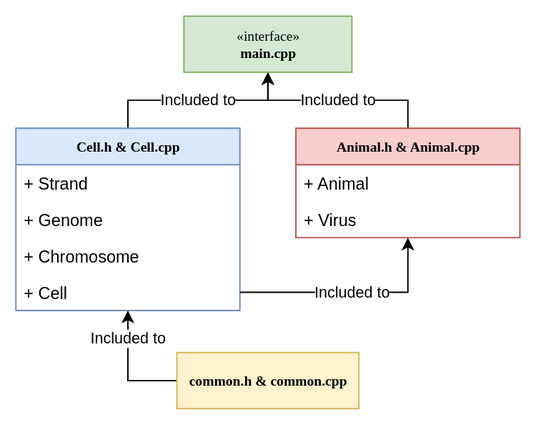
Above: schema/programs.drawio.svg in k-forghani/class-of-life (draw.io), before the change. Source tidied: cells renumbered, new cells last; positions are measured from the earlier drawing's top-left corner, leaving out a move shared by most shapes.
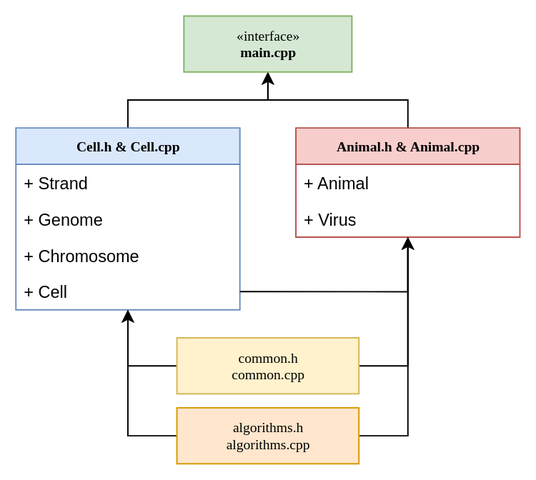
After the change.

Commit message:
Updated programs schema

The edit, as a diff of the source:
```diff
@@ -2,11 +2,11 @@
   <root>
     <mxCell id="0" />
     <mxCell id="1" parent="0" />
-    <mxCell id="2" value="Included to" style="edgeStyle=orthogonalEdgeStyle;rounded=0;jettySize=auto;html=1;entryX=0.5;entryY=1;entryDx=0;entryDy=0;exitX=0.5;exitY=0;exitDx=0;exitDy=0;" parent="1" edge="1" source="5" target="4">
+    <mxCell id="2" style="edgeStyle=orthogonalEdgeStyle;rounded=0;jettySize=auto;html=1;entryX=0.5;entryY=1;entryDx=0;entryDy=0;exitX=0.5;exitY=0;exitDx=0;exitDy=0;jumpStyle=none;" parent="1" edge="1" source="5" target="4">
       <mxGeometry relative="1" as="geometry" />
     </mxCell>
-    <mxCell id="3" value="Included to" style="edgeStyle=orthogonalEdgeStyle;rounded=0;jettySize=auto;html=1;entryX=0.5;entryY=1;entryDx=0;entryDy=0;exitX=0.5;exitY=0;exitDx=0;exitDy=0;" parent="1" edge="1" source="10" target="4">
-      <mxGeometry relative="1" as="geometry" />
+    <mxCell id="3" style="edgeStyle=orthogonalEdgeStyle;rounded=0;jettySize=auto;html=1;entryX=0.5;entryY=1;entryDx=0;entryDy=0;exitX=0.5;exitY=0;exitDx=0;exitDy=0;jumpStyle=none;" parent="1" edge="1" source="10" target="4">
+      <mxGeometry x="-0.29" relative="1" as="geometry" />
     </mxCell>
     <mxCell id="4" value="«interface»&lt;br&gt;&lt;b&gt;main.cpp&lt;/b&gt;" style="html=1;rounded=0;shadow=0;comic=0;labelBackgroundColor=none;strokeWidth=1;fontFamily=Verdana;fontSize=10;align=center;fillColor=#d5e8d4;strokeColor=#82b366;" parent="1" vertex="1">
       <mxGeometry x="120" width="120" height="40" as="geometry" />
@@ -35,14 +35,26 @@
     <mxCell id="12" value="+ Virus" style="text;html=1;strokeColor=none;fillColor=none;align=left;verticalAlign=top;spacingLeft=4;spacingRight=4;whiteSpace=wrap;overflow=hidden;" parent="10" vertex="1">
       <mxGeometry y="52" width="160" height="26" as="geometry" />
     </mxCell>
-    <mxCell id="13" value="Included to" style="edgeStyle=orthogonalEdgeStyle;rounded=0;jettySize=auto;html=1;entryX=0.5;entryY=1;entryDx=0;entryDy=0;exitX=0;exitY=0.5;exitDx=0;exitDy=0;" parent="1" edge="1" source="14" target="5">
+    <mxCell id="13" style="edgeStyle=orthogonalEdgeStyle;rounded=0;jettySize=auto;html=1;entryX=0.5;entryY=1;entryDx=0;entryDy=0;exitX=0;exitY=0.5;exitDx=0;exitDy=0;jumpStyle=none;" parent="1" edge="1" source="14" target="5">
       <mxGeometry x="0.53" relative="1" as="geometry" />
     </mxCell>
+    <mxCell id="16" style="edgeStyle=orthogonalEdgeStyle;rounded=0;jettySize=auto;html=1;entryX=0.5;entryY=1;entryDx=0;entryDy=0;exitX=1;exitY=0.5;exitDx=0;exitDy=0;jumpStyle=none;" parent="1" edge="1" source="14" target="10">
+      <mxGeometry relative="1" as="geometry" />
+    </mxCell>
-    <mxCell id="14" value="&lt;b&gt;common.h &amp;amp; common.cpp&lt;/b&gt;" style="html=1;rounded=0;shadow=0;comic=0;labelBackgroundColor=none;strokeWidth=1;fontFamily=Verdana;fontSize=10;align=center;fillColor=#fff2cc;strokeColor=#d6b656;" parent="1" vertex="1">
-      <mxGeometry x="115" y="240" width="130" height="40" as="geometry" />
+    <mxCell id="14" value="&lt;span style=&quot;font-weight: normal;&quot;&gt;common.h&lt;br&gt;common.cpp&lt;/span&gt;" style="html=1;rounded=0;shadow=0;comic=0;labelBackgroundColor=none;strokeWidth=1;fontFamily=Verdana;fontSize=10;align=center;fillColor=#fff2cc;strokeColor=#d6b656;fontStyle=1;" parent="1" vertex="1">
+      <mxGeometry x="115" y="230" width="130" height="40" as="geometry" />
     </mxCell>
-    <mxCell id="15" value="Included to" style="edgeStyle=orthogonalEdgeStyle;rounded=0;jettySize=auto;html=1;exitX=1;exitY=0.5;exitDx=0;exitDy=0;entryX=0.5;entryY=1;entryDx=0;entryDy=0;" parent="1" edge="1" source="9" target="10">
+    <mxCell id="15" style="edgeStyle=orthogonalEdgeStyle;rounded=0;jettySize=auto;html=1;exitX=1;exitY=0.5;exitDx=0;exitDy=0;entryX=0.5;entryY=1;entryDx=0;entryDy=0;jumpStyle=none;" parent="1" edge="1" source="9" target="10">
       <mxGeometry relative="1" as="geometry" />
     </mxCell>
+    <mxCell id="17" style="edgeStyle=orthogonalEdgeStyle;rounded=0;jettySize=auto;html=1;entryX=0.5;entryY=1;entryDx=0;entryDy=0;exitX=0;exitY=0.5;exitDx=0;exitDy=0;jumpStyle=none;" parent="1" edge="1" source="19" target="5">
+      <mxGeometry relative="1" as="geometry" />
+    </mxCell>
+    <mxCell id="18" style="edgeStyle=orthogonalEdgeStyle;rounded=0;jettySize=auto;html=1;entryX=0.5;entryY=1;entryDx=0;entryDy=0;exitX=1;exitY=0.5;exitDx=0;exitDy=0;jumpStyle=none;" parent="1" edge="1" source="19" target="10">
+      <mxGeometry relative="1" as="geometry" />
+    </mxCell>
+    <mxCell id="19" value="algorithms.h&lt;br&gt;&lt;span style=&quot;border-color: var(--border-color);&quot;&gt;algorithms&lt;/span&gt;.cpp" style="html=1;rounded=0;shadow=0;comic=0;labelBackgroundColor=none;strokeWidth=1;fontFamily=Verdana;fontSize=10;align=center;fillColor=#ffe6cc;strokeColor=#d79b00;" parent="1" vertex="1">
+      <mxGeometry x="115" y="280" width="130" height="40" as="geometry" />
+    </mxCell>
   </root>
 </mxGraphModel>
```
